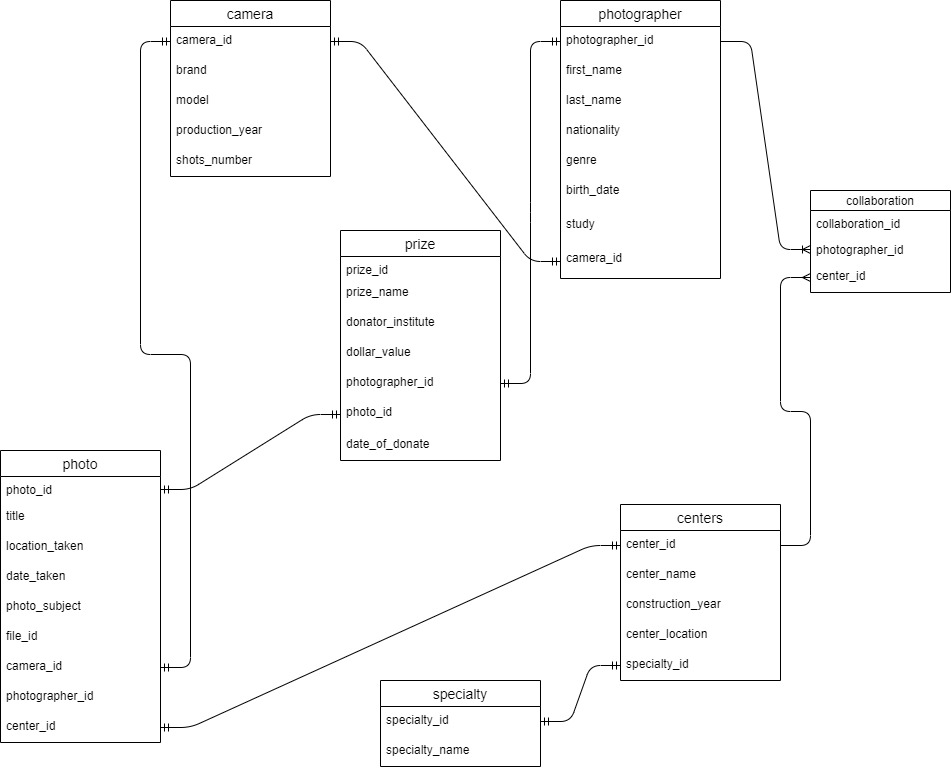
The draw.io diagram photography.png in sepideh2020/ERD, before a commit. Source tidied: cells renumbered, new cells last; positions are measured from the earlier drawing's top-left corner, leaving out a move shared by most shapes.
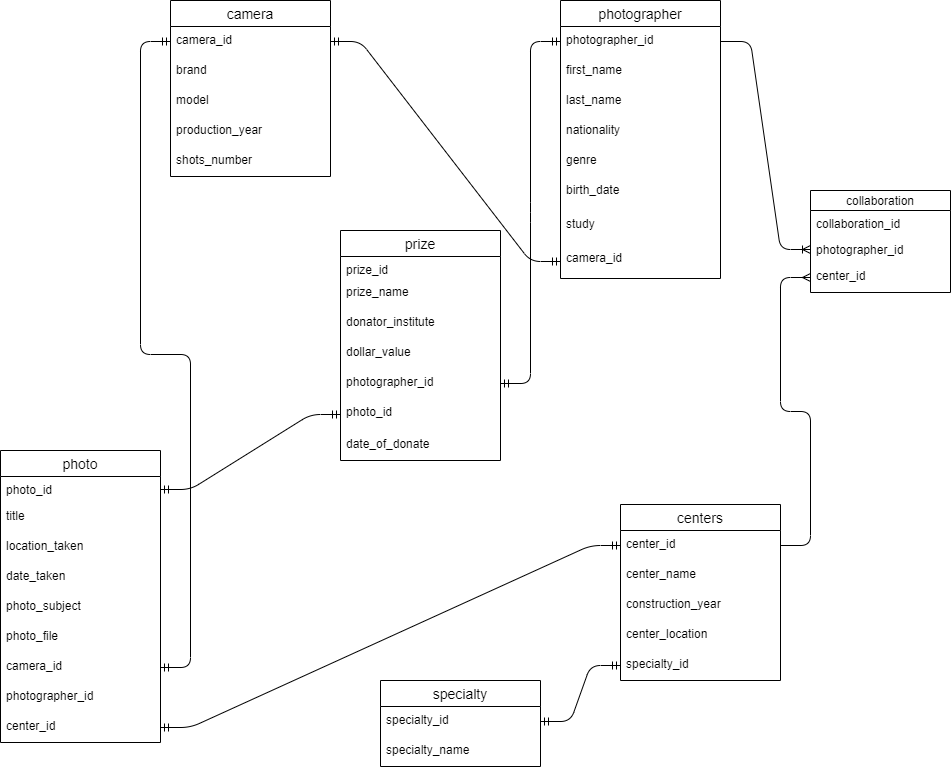
The same diagram one commit later.

The edit, as a diff of the source:
```diff
@@ -83,7 +83,7 @@
     <mxCell id="28" value="photo_subject" style="text;strokeColor=none;fillColor=none;spacingLeft=4;spacingRight=4;overflow=hidden;fontSize=12;" parent="23" vertex="1">
       <mxGeometry y="142" width="160" height="30" as="geometry" />
     </mxCell>
-    <mxCell id="29" value="file_id" style="text;strokeColor=none;fillColor=none;spacingLeft=4;spacingRight=4;overflow=hidden;fontSize=12;" parent="23" vertex="1">
+    <mxCell id="29" value="photo_file" style="text;strokeColor=none;fillColor=none;spacingLeft=4;spacingRight=4;overflow=hidden;fontSize=12;" parent="23" vertex="1">
       <mxGeometry y="172" width="160" height="30" as="geometry" />
     </mxCell>
     <mxCell id="30" value="camera_id" style="text;strokeColor=none;fillColor=none;spacingLeft=4;spacingRight=4;overflow=hidden;points=[[0,0.5],[1,0.5]];portConstraint=eastwest;fontSize=12;" parent="23" vertex="1">
```
